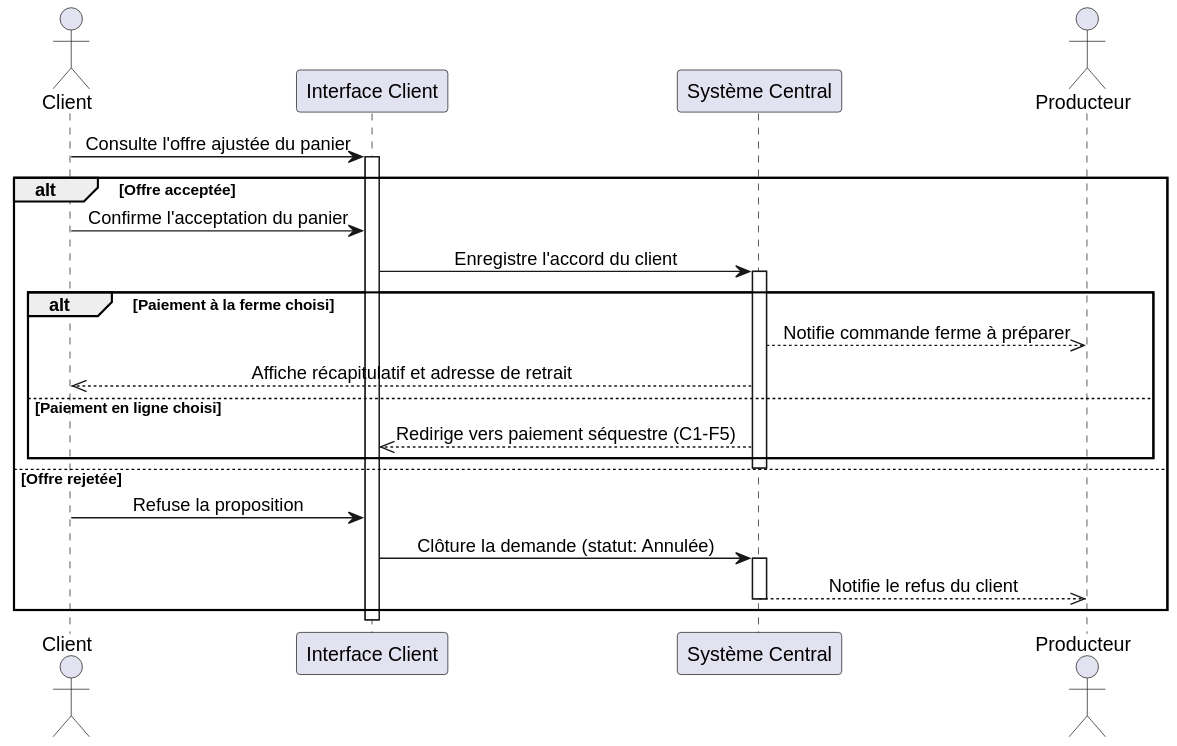
Uhrbaan/reis-panier-fermier keeps this PlantUML diagram as assets/diagrams/c1-f4.svg. Above is the earlier version.
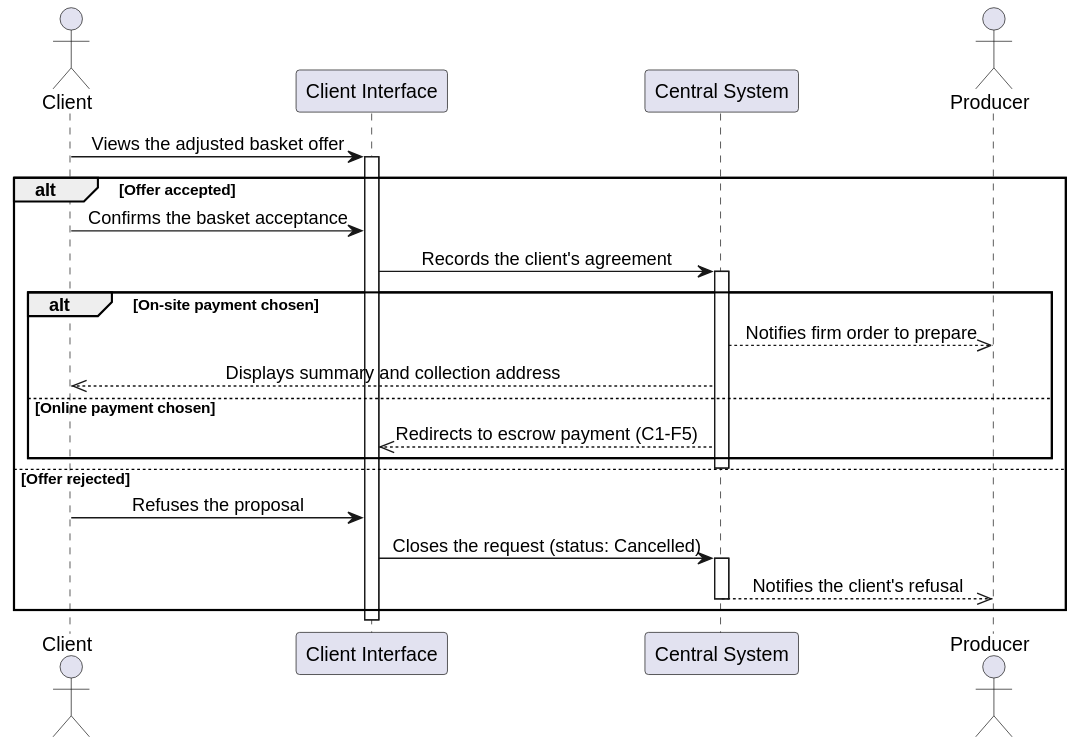
After the change.

The edit, as a diff of the source:
```diff
@@ -3,31 +3,31 @@
 skinparam sequenceMessageAlign center
 
 actor Client
-participant "Interface Client" as App
-participant "Système Central" as Sys
-actor Producteur
+participant "Client Interface" as App
+participant "Central System" as Sys
+actor Producer
 
-Client -> App : Consulte l'offre ajustée du panier
+Client -> App : Views the adjusted basket offer
 activate App
 
-alt Offre acceptée
-    Client -> App : Confirme l'acceptation du panier
-    App -> Sys : Enregistre l'accord du client
+alt Offer accepted
+    Client -> App : Confirms the basket acceptance
+    App -> Sys : Records the client's agreement
     activate Sys
 
-    alt Paiement à la ferme choisi
-        Sys -->> Producteur : Notifie commande ferme à préparer
-        Sys -->> Client : Affiche récapitulatif et adresse de retrait
-    else Paiement en ligne choisi
-        Sys -->> App : Redirige vers paiement séquestre (C1-F5)
+    alt On-site payment chosen
+        Sys -->> Producer : Notifies firm order to prepare
+        Sys -->> Client : Displays summary and collection address
+    else Online payment chosen
+        Sys -->> App : Redirects to escrow payment (C1-F5)
     end
     deactivate Sys
 
-else Offre rejetée
-    Client -> App : Refuse la proposition
-    App -> Sys : Clôture la demande (statut: Annulée)
+else Offer rejected
+    Client -> App : Refuses the proposal
+    App -> Sys : Closes the request (status: Cancelled)
     activate Sys
-    Sys -->> Producteur : Notifie le refus du client
+    Sys -->> Producer : Notifies the client's refusal
     deactivate Sys
 end
 
```
